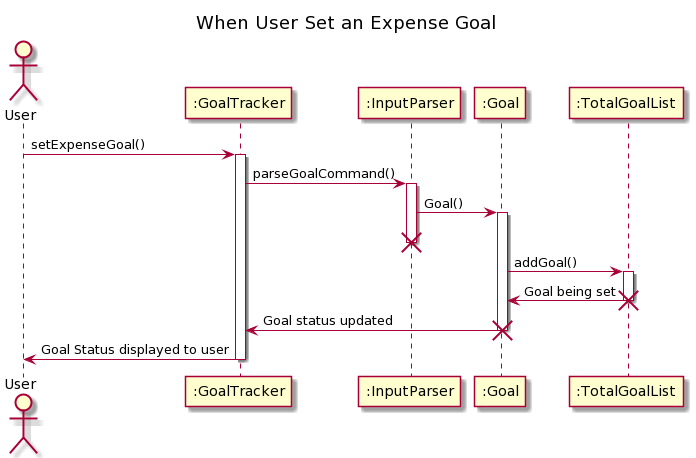
nus-cs2113-AY2021S1/tp keeps this PlantUML diagram as docs/uml_images/goaltracker/SetExpenseGoalSequenceDiagram.png. Above is the earlier version. Its diagram source:
```plantuml
@startuml
title When User Set an Expense Goal
actor User

User -> ":GoalTracker" : setExpenseGoal()
activate ":GoalTracker"

":GoalTracker" -> ":InputParser" : parseGoalCommand()
activate ":InputParser"

":InputParser" -> ":Goal" : Goal()
activate ":Goal"
destroy ":InputParser"

":Goal" -> ":TotalGoalList" : addGoal()
activate ":TotalGoalList"

":TotalGoalList" -> ":Goal" : Goal being set
destroy ":TotalGoalList"

":Goal" -> ":GoalTracker" : Goal status updated
destroy ":Goal"

":GoalTracker" -> User : Goal Status displayed to user
deactivate ":GoalTracker"
@enduml
```
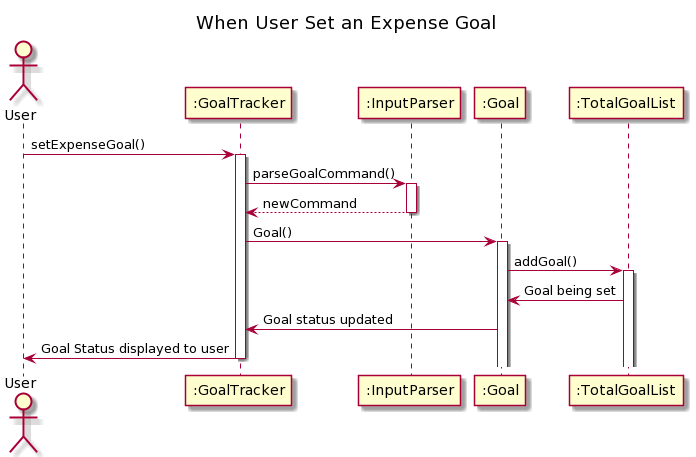
Above is the later version.

The edit, as a diff of the source:
```diff
@@ -7,19 +7,17 @@
 
 ":GoalTracker" -> ":InputParser" : parseGoalCommand()
 activate ":InputParser"
+return newCommand
 
-":InputParser" -> ":Goal" : Goal()
+":GoalTracker" -> ":Goal" : Goal()
 activate ":Goal"
-destroy ":InputParser"
 
 ":Goal" -> ":TotalGoalList" : addGoal()
 activate ":TotalGoalList"
 
 ":TotalGoalList" -> ":Goal" : Goal being set
-destroy ":TotalGoalList"
 
 ":Goal" -> ":GoalTracker" : Goal status updated
-destroy ":Goal"
 
 ":GoalTracker" -> User : Goal Status displayed to user
 deactivate ":GoalTracker"
```
